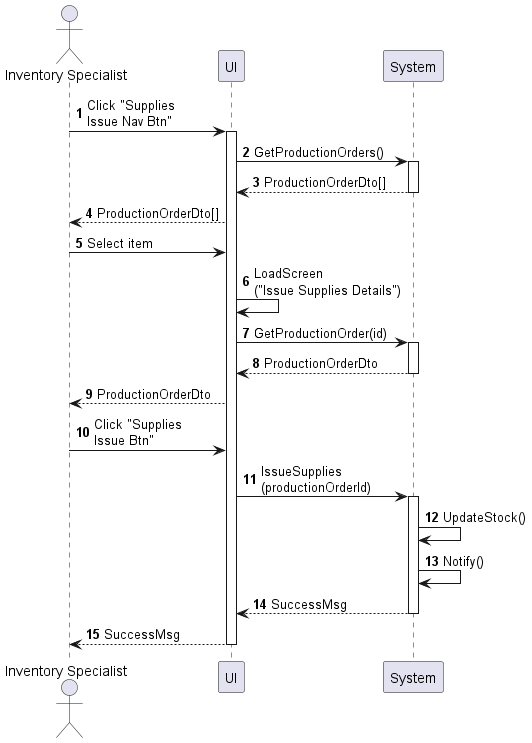
Above: sequences/inventory-supply-issue.png in phihungha/scmss-reqs (PlantUML), before the change.
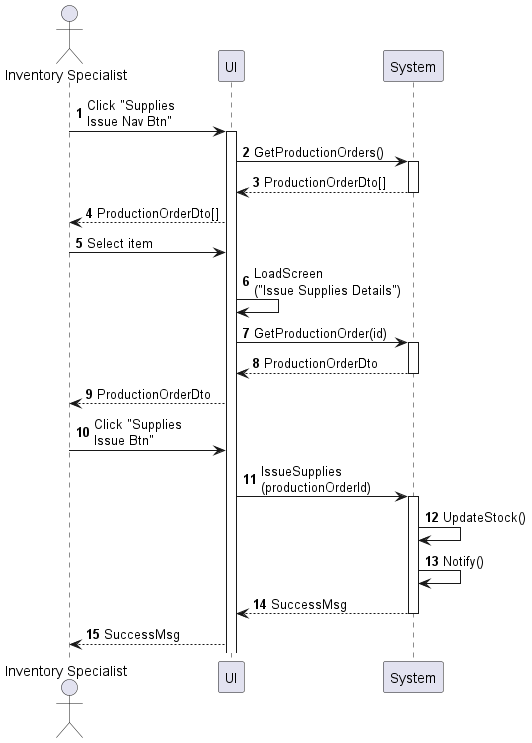
The same diagram one commit later.

The edit, as a diff of the source:
```diff
@@ -23,5 +23,5 @@
 b -> b : UpdateStock()
 b -> b : Notify()
 return SuccessMsg
-return SuccessMsg
+f --> a : SuccessMsg
 @enduml
```
